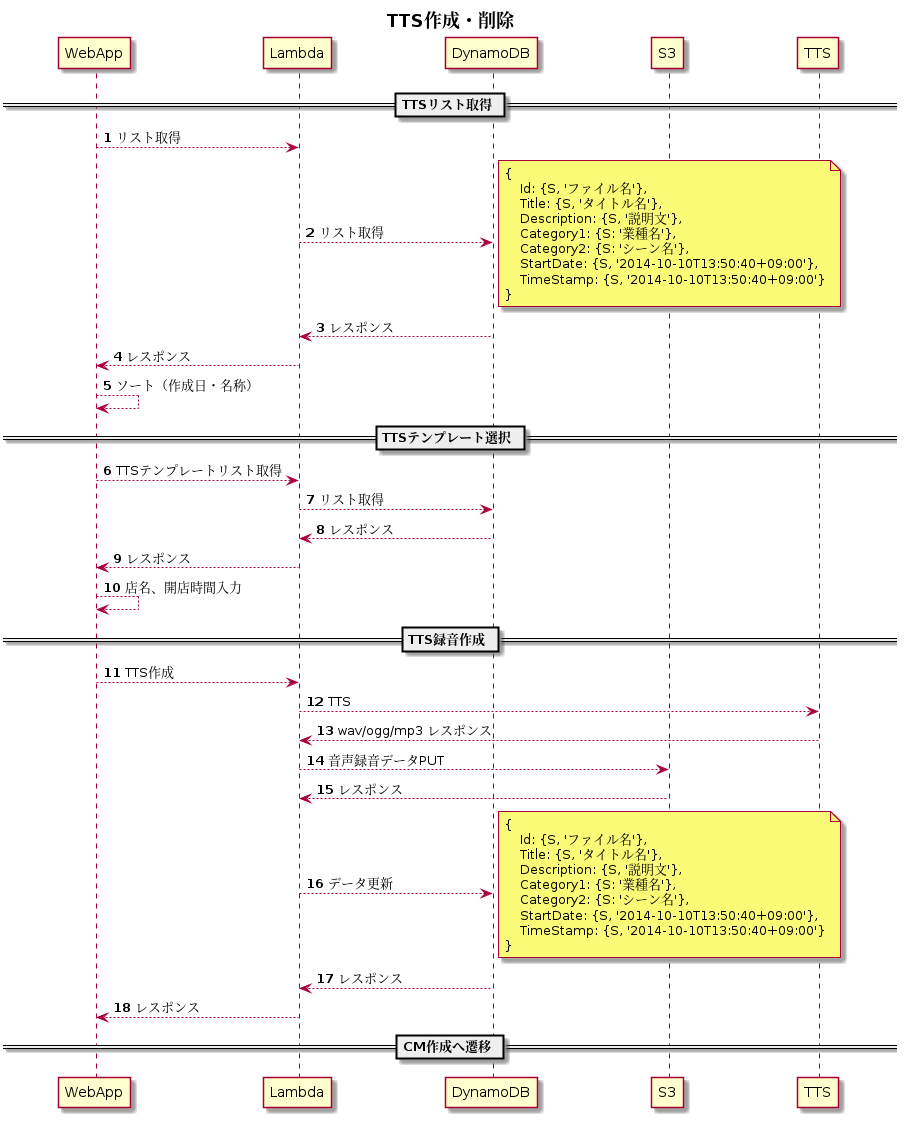
y-watanabe-usen/umesse-test keeps this PlantUML diagram as documents/uml/s3-4.png. Above is the earlier version. Its diagram source:
```plantuml
@startuml s3-4

participant WebApp order 1
participant Lambda order 2
participant DynamoDB order 3
participant S3 order 4
participant TTS order 5
skinparam ParticipantPadding 50
autonumber

title ** TTS作成・削除 **

== TTSリスト取得 ==
WebApp --> Lambda: リスト取得
Lambda --> DynamoDB: リスト取得
note right
{
    Id: {S, 'ファイル名'},
    Title: {S, 'タイトル名'},
    Description: {S, '説明文'},
    Category1: {S: '業種名'},
    Category2: {S: 'シーン名'},
    StartDate: {S, '2014-10-10T13:50:40+09:00'},
    TimeStamp: {S, '2014-10-10T13:50:40+09:00'}
}
end note
Lambda <-- DynamoDB: レスポンス
WebApp <-- Lambda: レスポンス
WebApp --> WebApp: ソート（作成日・名称）

== TTSテンプレート選択 ==
WebApp --> Lambda: TTSテンプレートリスト取得
Lambda --> DynamoDB: リスト取得
Lambda <-- DynamoDB: レスポンス
WebApp <-- Lambda: レスポンス
WebApp --> WebApp: 店名、開店時間入力

== TTS録音作成 ==
WebApp --> Lambda: TTS作成
Lambda --> TTS: TTS
Lambda <-- TTS: wav/ogg/mp3 レスポンス
Lambda --> S3: 音声録音データPUT
Lambda <-- S3: レスポンス
Lambda --> DynamoDB: データ更新
note right
{
    Id: {S, 'ファイル名'},
    Title: {S, 'タイトル名'},
    Description: {S, '説明文'},
    Category1: {S: '業種名'},
    Category2: {S: 'シーン名'},
    StartDate: {S, '2014-10-10T13:50:40+09:00'},
    TimeStamp: {S, '2014-10-10T13:50:40+09:00'}
}
end note
Lambda <-- DynamoDB: レスポンス
WebApp <-- Lambda: レスポンス

== CM作成へ遷移 ==

@enduml
```
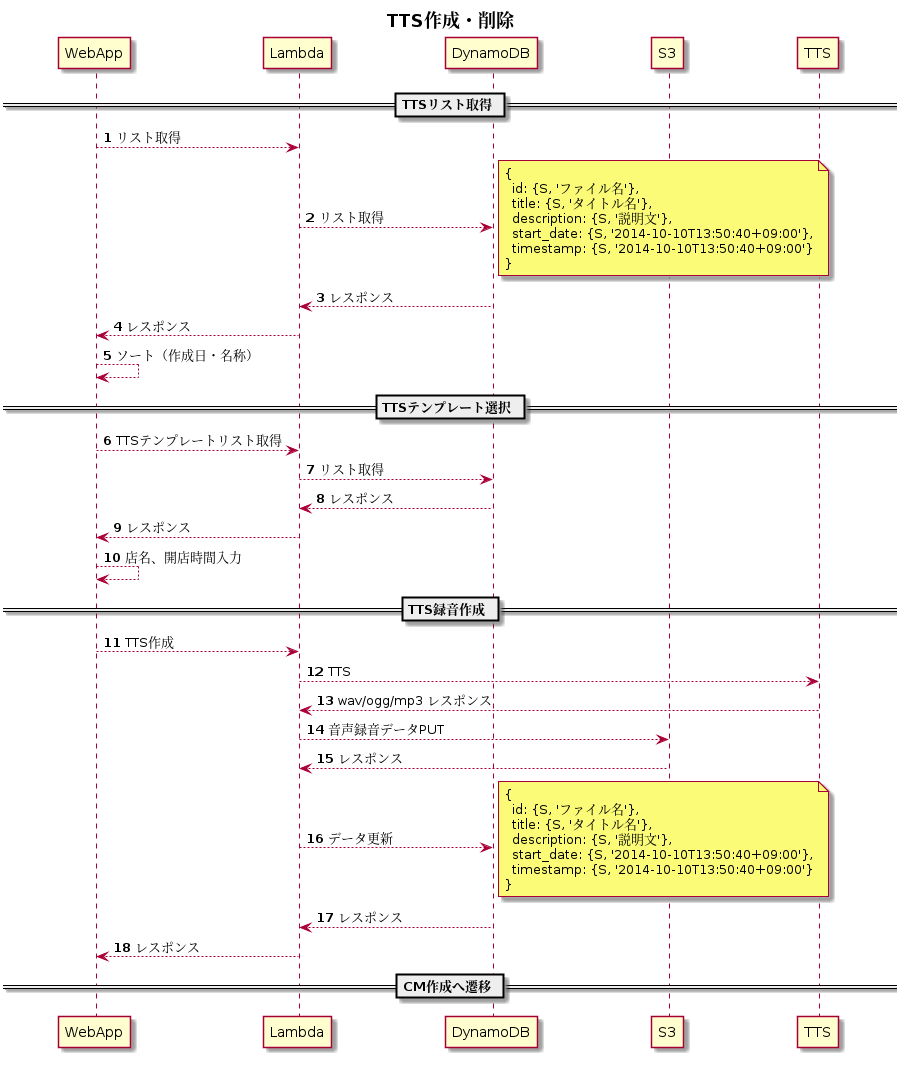
The same file after the commit.

Diff of the diagram source:
```diff
@@ -15,13 +15,11 @@
 Lambda --> DynamoDB: リスト取得
 note right
 {
-    Id: {S, 'ファイル名'},
-    Title: {S, 'タイトル名'},
-    Description: {S, '説明文'},
-    Category1: {S: '業種名'},
-    Category2: {S: 'シーン名'},
-    StartDate: {S, '2014-10-10T13:50:40+09:00'},
-    TimeStamp: {S, '2014-10-10T13:50:40+09:00'}
+  id: {S, 'ファイル名'},
+  title: {S, 'タイトル名'},
+  description: {S, '説明文'},
+  start_date: {S, '2014-10-10T13:50:40+09:00'},
+  timestamp: {S, '2014-10-10T13:50:40+09:00'}
 }
 end note
 Lambda <-- DynamoDB: レスポンス
@@ -44,13 +42,11 @@
 Lambda --> DynamoDB: データ更新
 note right
 {
-    Id: {S, 'ファイル名'},
-    Title: {S, 'タイトル名'},
-    Description: {S, '説明文'},
-    Category1: {S: '業種名'},
-    Category2: {S: 'シーン名'},
-    StartDate: {S, '2014-10-10T13:50:40+09:00'},
-    TimeStamp: {S, '2014-10-10T13:50:40+09:00'}
+  id: {S, 'ファイル名'},
+  title: {S, 'タイトル名'},
+  description: {S, '説明文'},
+  start_date: {S, '2014-10-10T13:50:40+09:00'},
+  timestamp: {S, '2014-10-10T13:50:40+09:00'}
 }
 end note
 Lambda <-- DynamoDB: レスポンス
```
